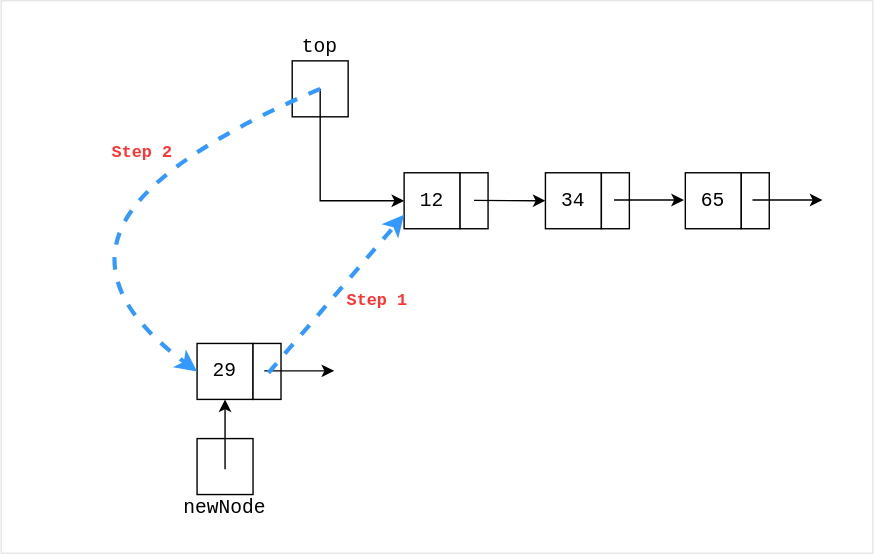
The draw.io diagram public/diagrams/stack-ll-push.svg in datkumar/code-journal, before a commit. Source tidied: cells renumbered, new cells last; positions are measured from the earlier drawing's top-left corner, leaving out a move shared by most shapes. Its diagram source:
```xml
<mxGraphModel background="#ffffff">
  <root>
    <mxCell id="0" />
    <mxCell id="1" parent="0" />
    <mxCell id="2" style="rounded=0;whiteSpace=wrap;html=1;strokeColor=#E6E6E6;" parent="1" vertex="1">
      <mxGeometry width="623" height="395" as="geometry" />
    </mxCell>
    <mxCell id="3" style="rounded=0;whiteSpace=wrap;html=1;fontFamily=Courier New;fontSize=14;" parent="1" vertex="1">
      <mxGeometry x="208" y="43" width="40" height="40" as="geometry" />
    </mxCell>
    <mxCell id="4" value="top" style="text;html=1;align=center;verticalAlign=middle;whiteSpace=wrap;rounded=0;fontFamily=Courier New;fontSize=14;" parent="1" vertex="1">
      <mxGeometry x="208" y="23" width="40" height="20" as="geometry" />
    </mxCell>
    <mxCell id="5" style="rounded=0;whiteSpace=wrap;html=1;fontFamily=Courier New;fontSize=14;" parent="1" vertex="1">
      <mxGeometry x="288" y="123" width="40" height="40" as="geometry" />
    </mxCell>
    <mxCell id="6" style="rounded=0;whiteSpace=wrap;html=1;fontFamily=Courier New;" parent="1" vertex="1">
      <mxGeometry x="328" y="123" width="20" height="40" as="geometry" />
    </mxCell>
    <mxCell id="7" style="endArrow=classic;html=1;rounded=0;entryX=0;entryY=0.5;entryDx=0;entryDy=0;exitX=0.5;exitY=0.5;exitDx=0;exitDy=0;exitPerimeter=0;fontFamily=Courier New;" parent="1" edge="1" source="3" target="5">
      <mxGeometry relative="1" as="geometry">
        <Array as="points">
          <mxPoint x="228" y="143" />
        </Array>
      </mxGeometry>
    </mxCell>
    <mxCell id="8" style="rounded=0;whiteSpace=wrap;html=1;fontFamily=Courier New;fontSize=14;" parent="1" vertex="1">
      <mxGeometry x="389" y="123" width="40" height="40" as="geometry" />
    </mxCell>
    <mxCell id="9" style="rounded=0;whiteSpace=wrap;html=1;fontFamily=Courier New;" parent="1" vertex="1">
      <mxGeometry x="429" y="123" width="20" height="40" as="geometry" />
    </mxCell>
    <mxCell id="10" style="rounded=0;whiteSpace=wrap;html=1;fontFamily=Courier New;fontSize=14;" parent="1" vertex="1">
      <mxGeometry x="489" y="123" width="40" height="40" as="geometry" />
    </mxCell>
    <mxCell id="11" style="rounded=0;whiteSpace=wrap;html=1;fontFamily=Courier New;" parent="1" vertex="1">
      <mxGeometry x="529" y="123" width="20" height="40" as="geometry" />
    </mxCell>
    <mxCell id="12" style="endArrow=classic;html=1;rounded=0;entryX=0;entryY=0.5;entryDx=0;entryDy=0;fontFamily=Courier New;" parent="1" edge="1">
      <mxGeometry relative="1" as="geometry">
        <mxPoint x="438" y="142.5" as="sourcePoint" />
        <mxPoint x="488" y="142.5" as="targetPoint" />
      </mxGeometry>
    </mxCell>
    <mxCell id="13" value="12" style="text;html=1;align=center;verticalAlign=middle;whiteSpace=wrap;rounded=0;fontSize=14;fontFamily=Courier New;" parent="1" vertex="1">
      <mxGeometry x="293" y="128" width="30" height="30" as="geometry" />
    </mxCell>
    <mxCell id="14" value="34" style="text;html=1;align=center;verticalAlign=middle;whiteSpace=wrap;rounded=0;fontSize=14;fontFamily=Courier New;" parent="1" vertex="1">
      <mxGeometry x="394" y="128" width="30" height="30" as="geometry" />
    </mxCell>
    <mxCell id="15" value="65" style="text;html=1;align=center;verticalAlign=middle;whiteSpace=wrap;rounded=0;fontSize=14;fontFamily=Courier New;" parent="1" vertex="1">
      <mxGeometry x="494" y="128" width="30" height="30" as="geometry" />
    </mxCell>
    <mxCell id="16" style="endArrow=classic;html=1;rounded=0;fontFamily=Courier New;" parent="1" edge="1">
      <mxGeometry relative="1" as="geometry">
        <mxPoint x="537" y="142.5" as="sourcePoint" />
        <mxPoint x="587" y="142.5" as="targetPoint" />
      </mxGeometry>
    </mxCell>
    <mxCell id="17" style="rounded=0;whiteSpace=wrap;html=1;fontFamily=Courier New;fontSize=14;" parent="1" vertex="1">
      <mxGeometry x="140" y="245" width="40" height="40" as="geometry" />
    </mxCell>
    <mxCell id="18" style="rounded=0;whiteSpace=wrap;html=1;fontFamily=Courier New;" parent="1" vertex="1">
      <mxGeometry x="180" y="245" width="20" height="40" as="geometry" />
    </mxCell>
    <mxCell id="19" value="29" style="text;html=1;align=center;verticalAlign=middle;whiteSpace=wrap;rounded=0;fontSize=14;fontFamily=Courier New;" parent="1" vertex="1">
      <mxGeometry x="145" y="250" width="30" height="30" as="geometry" />
    </mxCell>
    <mxCell id="20" style="endArrow=classic;html=1;rounded=0;fontFamily=Courier New;" parent="1" edge="1">
      <mxGeometry relative="1" as="geometry">
        <mxPoint x="188" y="264.6" as="sourcePoint" />
        <mxPoint x="238" y="264.6" as="targetPoint" />
      </mxGeometry>
    </mxCell>
    <mxCell id="21" style="endArrow=classic;html=1;rounded=0;fillColor=#f8cecc;strokeColor=#3399FF;entryX=0;entryY=0.75;entryDx=0;entryDy=0;dashed=1;strokeWidth=3;fontFamily=Courier New;" parent="1" edge="1" target="5">
      <mxGeometry relative="1" as="geometry">
        <mxPoint x="191" y="266" as="sourcePoint" />
      </mxGeometry>
    </mxCell>
    <mxCell id="22" style="endArrow=classic;html=1;rounded=0;entryX=0;entryY=0.5;entryDx=0;entryDy=0;fontFamily=Courier New;" parent="1" edge="1" target="8">
      <mxGeometry relative="1" as="geometry">
        <mxPoint x="338" y="142.8" as="sourcePoint" />
      </mxGeometry>
    </mxCell>
    <mxCell id="23" style="curved=1;endArrow=classic;html=1;rounded=0;entryX=0;entryY=0.5;entryDx=0;entryDy=0;strokeColor=#3399FF;fillColor=#f8cecc;dashed=1;strokeWidth=3;fontFamily=Courier New;" parent="1" edge="1" target="17">
      <mxGeometry relative="1" as="geometry">
        <mxPoint x="228" y="63" as="sourcePoint" />
        <Array as="points">
          <mxPoint x="107" y="115" />
          <mxPoint x="65" y="210" />
        </Array>
      </mxGeometry>
    </mxCell>
    <mxCell id="24" value="Step 2" style="text;html=1;align=center;verticalAlign=middle;whiteSpace=wrap;rounded=0;rotation=0;fontStyle=1;fontFamily=Courier New;fontColor=#FF3333;" parent="1" vertex="1">
      <mxGeometry x="71" y="95" width="60" height="28" as="geometry" />
    </mxCell>
    <mxCell id="25" value="&lt;font color=&quot;#ff3333&quot;&gt;Step 1&lt;/font&gt;" style="text;html=1;align=center;verticalAlign=middle;whiteSpace=wrap;rounded=0;rotation=0;fontStyle=1;fontFamily=Courier New;" parent="1" vertex="1">
      <mxGeometry x="239" y="204" width="60" height="22" as="geometry" />
    </mxCell>
    <mxCell id="26" value="newNode" style="text;html=1;align=center;verticalAlign=middle;whiteSpace=wrap;rounded=0;fontFamily=Courier New;fontSize=14;" parent="1" vertex="1">
      <mxGeometry x="124" y="353" width="72" height="20" as="geometry" />
    </mxCell>
    <mxCell id="27" style="rounded=0;whiteSpace=wrap;html=1;fontFamily=Courier New;fontSize=14;" parent="1" vertex="1">
      <mxGeometry x="140" y="313" width="40" height="40" as="geometry" />
    </mxCell>
    <mxCell id="28" style="endArrow=classic;html=1;rounded=0;entryX=0.5;entryY=1;entryDx=0;entryDy=0;" parent="1" edge="1" target="17">
      <mxGeometry relative="1" as="geometry">
        <mxPoint x="160" y="335" as="sourcePoint" />
      </mxGeometry>
    </mxCell>
  </root>
</mxGraphModel>
```
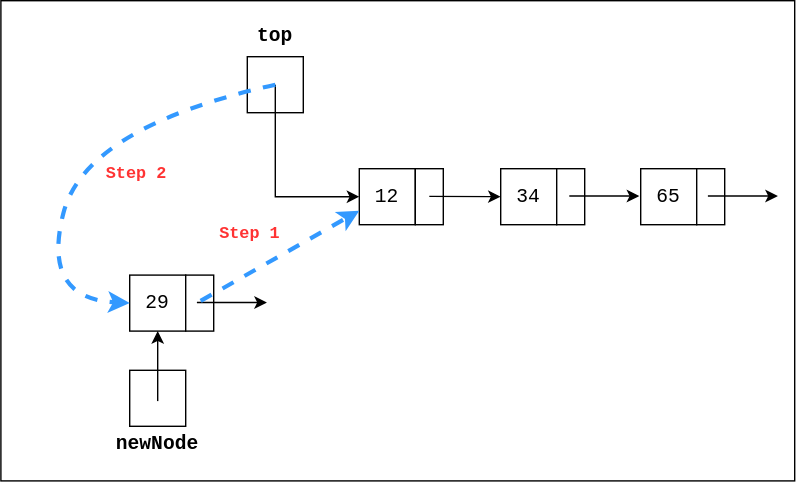
The same file after the commit.

The edit, as a diff of the source:
```diff
@@ -2,110 +2,110 @@
   <root>
     <mxCell id="0" />
     <mxCell id="1" parent="0" />
-    <mxCell id="2" style="rounded=0;whiteSpace=wrap;html=1;strokeColor=#E6E6E6;" parent="1" vertex="1">
-      <mxGeometry width="623" height="395" as="geometry" />
+    <mxCell id="2" style="rounded=0;whiteSpace=wrap;html=1;strokeColor=light-dark(#000000,#000000);fontFamily=monospace;fillColor=light-dark(#FFFFFF,#FFFFFF);" parent="1" vertex="1">
+      <mxGeometry x="32" y="3" width="567" height="343" as="geometry" />
     </mxCell>
-    <mxCell id="3" style="rounded=0;whiteSpace=wrap;html=1;fontFamily=Courier New;fontSize=14;" parent="1" vertex="1">
+    <mxCell id="3" style="rounded=0;whiteSpace=wrap;html=1;fontFamily=monospace;fontSize=14;strokeColor=light-dark(#000000,#000000);" parent="1" vertex="1">
       <mxGeometry x="208" y="43" width="40" height="40" as="geometry" />
     </mxCell>
-    <mxCell id="4" value="top" style="text;html=1;align=center;verticalAlign=middle;whiteSpace=wrap;rounded=0;fontFamily=Courier New;fontSize=14;" parent="1" vertex="1">
-      <mxGeometry x="208" y="23" width="40" height="20" as="geometry" />
+    <mxCell id="4" value="top" style="text;html=1;align=center;verticalAlign=middle;whiteSpace=wrap;rounded=0;fontFamily=monospace;fontSize=14;fontStyle=1;strokeColor=none;" parent="1" vertex="1">
+      <mxGeometry x="208" y="18" width="40" height="20" as="geometry" />
     </mxCell>
-    <mxCell id="5" style="rounded=0;whiteSpace=wrap;html=1;fontFamily=Courier New;fontSize=14;" parent="1" vertex="1">
+    <mxCell id="5" style="rounded=0;whiteSpace=wrap;html=1;fontFamily=monospace;fontSize=14;strokeColor=light-dark(#000000,#000000);" parent="1" vertex="1">
       <mxGeometry x="288" y="123" width="40" height="40" as="geometry" />
     </mxCell>
-    <mxCell id="6" style="rounded=0;whiteSpace=wrap;html=1;fontFamily=Courier New;" parent="1" vertex="1">
+    <mxCell id="6" style="rounded=0;whiteSpace=wrap;html=1;fontFamily=monospace;strokeColor=light-dark(#000000,#000000);" parent="1" vertex="1">
       <mxGeometry x="328" y="123" width="20" height="40" as="geometry" />
     </mxCell>
-    <mxCell id="7" style="endArrow=classic;html=1;rounded=0;entryX=0;entryY=0.5;entryDx=0;entryDy=0;exitX=0.5;exitY=0.5;exitDx=0;exitDy=0;exitPerimeter=0;fontFamily=Courier New;" parent="1" edge="1" source="3" target="5">
+    <mxCell id="7" style="endArrow=classic;html=1;rounded=0;entryX=0;entryY=0.5;entryDx=0;entryDy=0;exitX=0.5;exitY=0.5;exitDx=0;exitDy=0;exitPerimeter=0;fontFamily=monospace;strokeColor=light-dark(#000000,#000000);" parent="1" edge="1" source="3" target="5">
       <mxGeometry relative="1" as="geometry">
         <Array as="points">
           <mxPoint x="228" y="143" />
         </Array>
       </mxGeometry>
     </mxCell>
-    <mxCell id="8" style="rounded=0;whiteSpace=wrap;html=1;fontFamily=Courier New;fontSize=14;" parent="1" vertex="1">
+    <mxCell id="8" style="rounded=0;whiteSpace=wrap;html=1;fontFamily=monospace;fontSize=14;strokeColor=light-dark(#000000,#000000);" parent="1" vertex="1">
       <mxGeometry x="389" y="123" width="40" height="40" as="geometry" />
     </mxCell>
-    <mxCell id="9" style="rounded=0;whiteSpace=wrap;html=1;fontFamily=Courier New;" parent="1" vertex="1">
+    <mxCell id="9" style="rounded=0;whiteSpace=wrap;html=1;fontFamily=monospace;strokeColor=light-dark(#000000,#000000);" parent="1" vertex="1">
       <mxGeometry x="429" y="123" width="20" height="40" as="geometry" />
     </mxCell>
-    <mxCell id="10" style="rounded=0;whiteSpace=wrap;html=1;fontFamily=Courier New;fontSize=14;" parent="1" vertex="1">
+    <mxCell id="10" style="rounded=0;whiteSpace=wrap;html=1;fontFamily=monospace;fontSize=14;strokeColor=light-dark(#000000,#000000);" parent="1" vertex="1">
       <mxGeometry x="489" y="123" width="40" height="40" as="geometry" />
     </mxCell>
-    <mxCell id="11" style="rounded=0;whiteSpace=wrap;html=1;fontFamily=Courier New;" parent="1" vertex="1">
+    <mxCell id="11" style="rounded=0;whiteSpace=wrap;html=1;fontFamily=monospace;strokeColor=light-dark(#000000,#000000);" parent="1" vertex="1">
       <mxGeometry x="529" y="123" width="20" height="40" as="geometry" />
     </mxCell>
-    <mxCell id="12" style="endArrow=classic;html=1;rounded=0;entryX=0;entryY=0.5;entryDx=0;entryDy=0;fontFamily=Courier New;" parent="1" edge="1">
+    <mxCell id="12" style="endArrow=classic;html=1;rounded=0;entryX=0;entryY=0.5;entryDx=0;entryDy=0;fontFamily=monospace;strokeColor=light-dark(#000000,#000000);" parent="1" edge="1">
       <mxGeometry relative="1" as="geometry">
         <mxPoint x="438" y="142.5" as="sourcePoint" />
         <mxPoint x="488" y="142.5" as="targetPoint" />
       </mxGeometry>
     </mxCell>
-    <mxCell id="13" value="12" style="text;html=1;align=center;verticalAlign=middle;whiteSpace=wrap;rounded=0;fontSize=14;fontFamily=Courier New;" parent="1" vertex="1">
+    <mxCell id="13" value="12" style="text;html=1;align=center;verticalAlign=middle;whiteSpace=wrap;rounded=0;fontSize=14;fontFamily=monospace;strokeColor=none;" parent="1" vertex="1">
       <mxGeometry x="293" y="128" width="30" height="30" as="geometry" />
     </mxCell>
-    <mxCell id="14" value="34" style="text;html=1;align=center;verticalAlign=middle;whiteSpace=wrap;rounded=0;fontSize=14;fontFamily=Courier New;" parent="1" vertex="1">
+    <mxCell id="14" value="34" style="text;html=1;align=center;verticalAlign=middle;whiteSpace=wrap;rounded=0;fontSize=14;fontFamily=monospace;strokeColor=none;" parent="1" vertex="1">
       <mxGeometry x="394" y="128" width="30" height="30" as="geometry" />
     </mxCell>
-    <mxCell id="15" value="65" style="text;html=1;align=center;verticalAlign=middle;whiteSpace=wrap;rounded=0;fontSize=14;fontFamily=Courier New;" parent="1" vertex="1">
+    <mxCell id="15" value="65" style="text;html=1;align=center;verticalAlign=middle;whiteSpace=wrap;rounded=0;fontSize=14;fontFamily=monospace;strokeColor=none;" parent="1" vertex="1">
       <mxGeometry x="494" y="128" width="30" height="30" as="geometry" />
     </mxCell>
-    <mxCell id="16" style="endArrow=classic;html=1;rounded=0;fontFamily=Courier New;" parent="1" edge="1">
+    <mxCell id="16" style="endArrow=classic;html=1;rounded=0;fontFamily=monospace;strokeColor=light-dark(#000000,#000000);" parent="1" edge="1">
       <mxGeometry relative="1" as="geometry">
         <mxPoint x="537" y="142.5" as="sourcePoint" />
         <mxPoint x="587" y="142.5" as="targetPoint" />
       </mxGeometry>
     </mxCell>
-    <mxCell id="17" style="rounded=0;whiteSpace=wrap;html=1;fontFamily=Courier New;fontSize=14;" parent="1" vertex="1">
-      <mxGeometry x="140" y="245" width="40" height="40" as="geometry" />
+    <mxCell id="17" style="rounded=0;whiteSpace=wrap;html=1;fontFamily=monospace;fontSize=14;strokeColor=light-dark(#000000,#000000);" parent="1" vertex="1">
+      <mxGeometry x="124" y="199" width="40" height="40" as="geometry" />
     </mxCell>
-    <mxCell id="18" style="rounded=0;whiteSpace=wrap;html=1;fontFamily=Courier New;" parent="1" vertex="1">
-      <mxGeometry x="180" y="245" width="20" height="40" as="geometry" />
+    <mxCell id="18" style="rounded=0;whiteSpace=wrap;html=1;fontFamily=monospace;strokeColor=light-dark(#000000,#000000);" parent="1" vertex="1">
+      <mxGeometry x="164" y="199" width="20" height="40" as="geometry" />
     </mxCell>
-    <mxCell id="19" value="29" style="text;html=1;align=center;verticalAlign=middle;whiteSpace=wrap;rounded=0;fontSize=14;fontFamily=Courier New;" parent="1" vertex="1">
-      <mxGeometry x="145" y="250" width="30" height="30" as="geometry" />
+    <mxCell id="19" value="29" style="text;html=1;align=center;verticalAlign=middle;whiteSpace=wrap;rounded=0;fontSize=14;fontFamily=monospace;strokeColor=none;" parent="1" vertex="1">
+      <mxGeometry x="129" y="204" width="30" height="30" as="geometry" />
     </mxCell>
-    <mxCell id="20" style="endArrow=classic;html=1;rounded=0;fontFamily=Courier New;" parent="1" edge="1">
+    <mxCell id="20" style="endArrow=classic;html=1;rounded=0;fontFamily=monospace;strokeColor=light-dark(#000000,#000000);" parent="1" edge="1">
       <mxGeometry relative="1" as="geometry">
-        <mxPoint x="188" y="264.6" as="sourcePoint" />
-        <mxPoint x="238" y="264.6" as="targetPoint" />
+        <mxPoint x="172" y="218.6" as="sourcePoint" />
+        <mxPoint x="222" y="218.6" as="targetPoint" />
       </mxGeometry>
     </mxCell>
-    <mxCell id="21" style="endArrow=classic;html=1;rounded=0;fillColor=#f8cecc;strokeColor=#3399FF;entryX=0;entryY=0.75;entryDx=0;entryDy=0;dashed=1;strokeWidth=3;fontFamily=Courier New;" parent="1" edge="1" target="5">
+    <mxCell id="21" style="endArrow=classic;html=1;rounded=0;fillColor=#f8cecc;strokeColor=light-dark(#3399FF,#3399FF);entryX=0;entryY=0.75;entryDx=0;entryDy=0;dashed=1;strokeWidth=3;fontFamily=monospace;" parent="1" edge="1" target="5">
       <mxGeometry relative="1" as="geometry">
-        <mxPoint x="191" y="266" as="sourcePoint" />
+        <mxPoint x="174.7" y="217.4" as="sourcePoint" />
       </mxGeometry>
     </mxCell>
-    <mxCell id="22" style="endArrow=classic;html=1;rounded=0;entryX=0;entryY=0.5;entryDx=0;entryDy=0;fontFamily=Courier New;" parent="1" edge="1" target="8">
+    <mxCell id="22" style="endArrow=classic;html=1;rounded=0;entryX=0;entryY=0.5;entryDx=0;entryDy=0;fontFamily=monospace;strokeColor=light-dark(#000000,#000000);" parent="1" edge="1" target="8">
       <mxGeometry relative="1" as="geometry">
         <mxPoint x="338" y="142.8" as="sourcePoint" />
       </mxGeometry>
     </mxCell>
-    <mxCell id="23" style="curved=1;endArrow=classic;html=1;rounded=0;entryX=0;entryY=0.5;entryDx=0;entryDy=0;strokeColor=#3399FF;fillColor=#f8cecc;dashed=1;strokeWidth=3;fontFamily=Courier New;" parent="1" edge="1" target="17">
-      <mxGeometry relative="1" as="geometry">
+    <mxCell id="23" style="curved=1;endArrow=classic;html=1;rounded=0;entryX=0;entryY=0.5;entryDx=0;entryDy=0;strokeColor=light-dark(#3399FF,#3399FF);fillColor=#f8cecc;dashed=1;strokeWidth=3;fontFamily=monospace;" parent="1" edge="1" target="17">
+      <mxGeometry x="0.05" relative="1" as="geometry">
         <mxPoint x="228" y="63" as="sourcePoint" />
         <Array as="points">
-          <mxPoint x="107" y="115" />
-          <mxPoint x="65" y="210" />
+          <mxPoint x="92.5" y="93.4" />
+          <mxPoint x="60.8" y="215.9" />
         </Array>
       </mxGeometry>
     </mxCell>
-    <mxCell id="24" value="Step 2" style="text;html=1;align=center;verticalAlign=middle;whiteSpace=wrap;rounded=0;rotation=0;fontStyle=1;fontFamily=Courier New;fontColor=#FF3333;" parent="1" vertex="1">
-      <mxGeometry x="71" y="95" width="60" height="28" as="geometry" />
+    <mxCell id="24" value="Step 2" style="text;html=1;align=center;verticalAlign=middle;whiteSpace=wrap;rounded=0;rotation=0;fontStyle=1;fontFamily=monospace;fontColor=#FF3333;strokeColor=none;" parent="1" vertex="1">
+      <mxGeometry x="99" y="113" width="60" height="28" as="geometry" />
     </mxCell>
-    <mxCell id="25" value="&lt;font color=&quot;#ff3333&quot;&gt;Step 1&lt;/font&gt;" style="text;html=1;align=center;verticalAlign=middle;whiteSpace=wrap;rounded=0;rotation=0;fontStyle=1;fontFamily=Courier New;" parent="1" vertex="1">
-      <mxGeometry x="239" y="204" width="60" height="22" as="geometry" />
+    <mxCell id="25" value="&lt;font color=&quot;#ff3333&quot;&gt;Step 1&lt;/font&gt;" style="text;html=1;align=center;verticalAlign=middle;whiteSpace=wrap;rounded=0;rotation=0;fontStyle=1;fontFamily=monospace;strokeColor=none;" parent="1" vertex="1">
+      <mxGeometry x="180" y="158.5" width="60" height="22" as="geometry" />
     </mxCell>
-    <mxCell id="26" value="newNode" style="text;html=1;align=center;verticalAlign=middle;whiteSpace=wrap;rounded=0;fontFamily=Courier New;fontSize=14;" parent="1" vertex="1">
-      <mxGeometry x="124" y="353" width="72" height="20" as="geometry" />
+    <mxCell id="26" value="newNode" style="text;html=1;align=center;verticalAlign=middle;whiteSpace=wrap;rounded=0;fontFamily=monospace;fontSize=14;fontStyle=1;strokeColor=none;" parent="1" vertex="1">
+      <mxGeometry x="108" y="310" width="72" height="20" as="geometry" />
     </mxCell>
-    <mxCell id="27" style="rounded=0;whiteSpace=wrap;html=1;fontFamily=Courier New;fontSize=14;" parent="1" vertex="1">
-      <mxGeometry x="140" y="313" width="40" height="40" as="geometry" />
+    <mxCell id="27" style="rounded=0;whiteSpace=wrap;html=1;fontFamily=monospace;fontSize=14;strokeColor=light-dark(#000000,#000000);" parent="1" vertex="1">
+      <mxGeometry x="124" y="267" width="40" height="40" as="geometry" />
     </mxCell>
-    <mxCell id="28" style="endArrow=classic;html=1;rounded=0;entryX=0.5;entryY=1;entryDx=0;entryDy=0;" parent="1" edge="1" target="17">
+    <mxCell id="28" style="endArrow=classic;html=1;rounded=0;entryX=0.5;entryY=1;entryDx=0;entryDy=0;fontFamily=monospace;strokeColor=light-dark(#000000,#000000);" parent="1" edge="1" target="17">
       <mxGeometry relative="1" as="geometry">
-        <mxPoint x="160" y="335" as="sourcePoint" />
+        <mxPoint x="144" y="289" as="sourcePoint" />
       </mxGeometry>
     </mxCell>
   </root>
```
